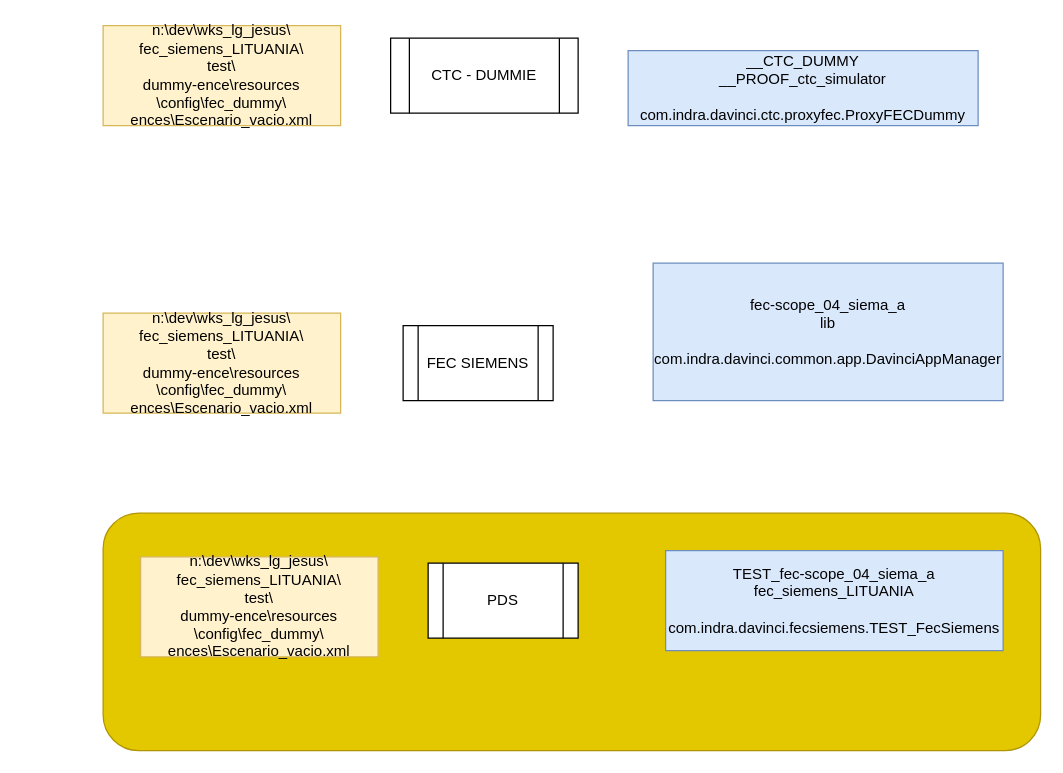
The draw.io diagram Untitled Diagram.drawio in jeongon/DIAGRAMAS_TMS, before the edit. Source tidied: cells renumbered, new cells numbered last; positions are measured from the earlier drawing's top-left corner, leaving out a move shared by most shapes. Both pictures are drawn from the tidied source at 125%, with x=0, y=0 at pixel (102, 25).
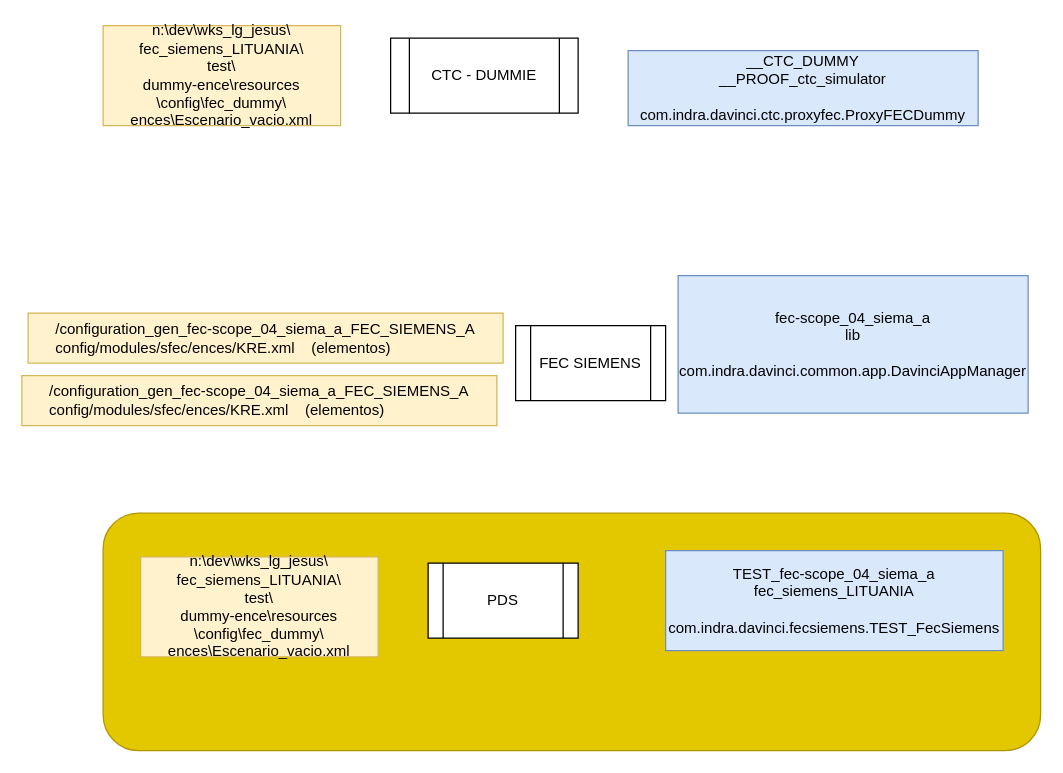
The same page after the edit.

The edit, as a diff of the source:
```diff
@@
 <mxGraphModel>
   <root>
     <mxCell id="0" />
     <mxCell id="1" parent="0" />
     <mxCell id="2" style="rounded=1;whiteSpace=wrap;html=1;fillColor=#e3c800;strokeColor=#B09500;fontColor=#000000;" parent="1" vertex="1">
       <mxGeometry y="390" width="750" height="190" as="geometry" />
     </mxCell>
     <mxCell id="3" value="FEC SIEMENS" style="shape=process;whiteSpace=wrap;html=1;backgroundOutline=1;" parent="1" vertex="1">
-      <mxGeometry x="240" y="240" width="120" height="60" as="geometry" />
+      <mxGeometry x="330" y="240" width="120" height="60" as="geometry" />
     </mxCell>
     <mxCell id="4" value="CTC - DUMMIE" style="shape=process;whiteSpace=wrap;html=1;backgroundOutline=1;" parent="1" vertex="1">
       <mxGeometry x="230" y="10" width="150" height="60" as="geometry" />
     </mxCell>
     <mxCell id="5" value="PDS" style="shape=process;whiteSpace=wrap;html=1;backgroundOutline=1;" parent="1" vertex="1">
       <mxGeometry x="260" y="430" width="120" height="60" as="geometry" />
     </mxCell>
     <mxCell id="6" value="TEST_fec-scope_04_siema_a&lt;br&gt;fec_siemens_LITUANIA&lt;br&gt;&lt;br&gt;com.indra.davinci.fecsiemens.TEST_FecSiemens&lt;br&gt;" style="text;html=1;strokeColor=#6c8ebf;fillColor=#dae8fc;align=center;verticalAlign=middle;whiteSpace=wrap;rounded=0;" parent="1" vertex="1">
       <mxGeometry x="450" y="420" width="270" height="80" as="geometry" />
     </mxCell>
     <mxCell id="7" value="fec-scope_04_siema_a&lt;br&gt;lib&lt;br&gt;&lt;br&gt;com.indra.davinci.common.app.DavinciAppManager" style="text;html=1;strokeColor=#6c8ebf;fillColor=#dae8fc;align=center;verticalAlign=middle;whiteSpace=wrap;rounded=0;" parent="1" vertex="1">
-      <mxGeometry x="440" y="190" width="280" height="110" as="geometry" />
+      <mxGeometry x="460" y="200" width="280" height="110" as="geometry" />
     </mxCell>
     <mxCell id="8" value="__CTC_DUMMY&lt;br&gt;__PROOF_ctc_simulator&lt;br&gt;&lt;br&gt;com.indra.davinci.ctc.proxyfec.ProxyFECDummy" style="text;html=1;strokeColor=#6c8ebf;fillColor=#dae8fc;align=center;verticalAlign=middle;whiteSpace=wrap;rounded=0;" parent="1" vertex="1">
       <mxGeometry x="420" y="20" width="280" height="60" as="geometry" />
     </mxCell>
     <mxCell id="9" value="n:\dev\wks_lg_jesus\&lt;br&gt;fec_siemens_LITUANIA\&lt;br&gt;test\&lt;br&gt;dummy-ence\resources&lt;br&gt;\config\fec_dummy\&lt;br&gt;ences\Escenario_vacio.xml" style="text;html=1;strokeColor=#d6b656;fillColor=#fff2cc;align=center;verticalAlign=middle;whiteSpace=wrap;rounded=0;" parent="1" vertex="1">
       <mxGeometry x="30" y="425" width="190" height="80" as="geometry" />
     </mxCell>
     <mxCell id="10" value="n:\dev\wks_lg_jesus\&lt;br&gt;fec_siemens_LITUANIA\&lt;br&gt;test\&lt;br&gt;dummy-ence\resources&lt;br&gt;\config\fec_dummy\&lt;br&gt;ences\Escenario_vacio.xml" style="text;html=1;strokeColor=#d6b656;fillColor=#fff2cc;align=center;verticalAlign=middle;whiteSpace=wrap;rounded=0;" parent="1" vertex="1">
       <mxGeometry width="190" height="80" as="geometry" />
     </mxCell>
-    <mxCell id="11" value="n:\dev\wks_lg_jesus\&lt;br&gt;fec_siemens_LITUANIA\&lt;br&gt;test\&lt;br&gt;dummy-ence\resources&lt;br&gt;\config\fec_dummy\&lt;br&gt;ences\Escenario_vacio.xml" style="text;html=1;strokeColor=#d6b656;fillColor=#fff2cc;align=center;verticalAlign=middle;whiteSpace=wrap;rounded=0;" parent="1" vertex="1">
-      <mxGeometry y="230" width="190" height="80" as="geometry" />
+    <mxCell id="11" value="/configuration_gen_fec-scope_04_siema_a_FEC_SIEMENS_A&lt;br&gt;&lt;div style=&quot;text-align: left&quot;&gt;&lt;span&gt;config/modules/sfec/ences/KRE.xml&amp;nbsp; &amp;nbsp; (elementos)&lt;/span&gt;&lt;/div&gt;" style="text;html=1;strokeColor=#d6b656;fillColor=#fff2cc;align=center;verticalAlign=middle;whiteSpace=wrap;rounded=0;" parent="1" vertex="1">
+      <mxGeometry x="-60" y="230" width="380" height="40" as="geometry" />
     </mxCell>
+    <mxCell id="12" value="/configuration_gen_fec-scope_04_siema_a_FEC_SIEMENS_A&lt;br&gt;&lt;div style=&quot;text-align: left&quot;&gt;&lt;span&gt;config/modules/sfec/ences/KRE.xml&amp;nbsp; &amp;nbsp; (elementos)&lt;/span&gt;&lt;/div&gt;" style="text;html=1;strokeColor=#d6b656;fillColor=#fff2cc;align=center;verticalAlign=middle;whiteSpace=wrap;rounded=0;" parent="1" vertex="1">
+      <mxGeometry x="-65" y="280" width="380" height="40" as="geometry" />
+    </mxCell>
   </root>
 </mxGraphModel>
```
